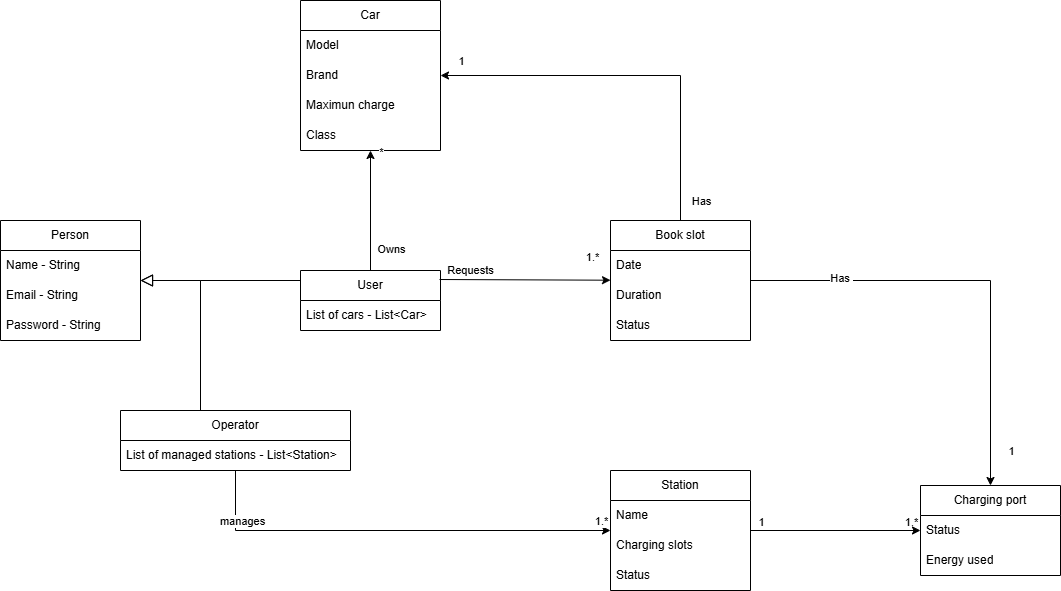
Earlier version of the draw.io export docs/Diagrams/Data Structure.png (ChargerControl/ChargerControl). Source tidied: cells renumbered, new cells last; positions are measured from the earlier drawing's top-left corner, leaving out a move shared by most shapes.
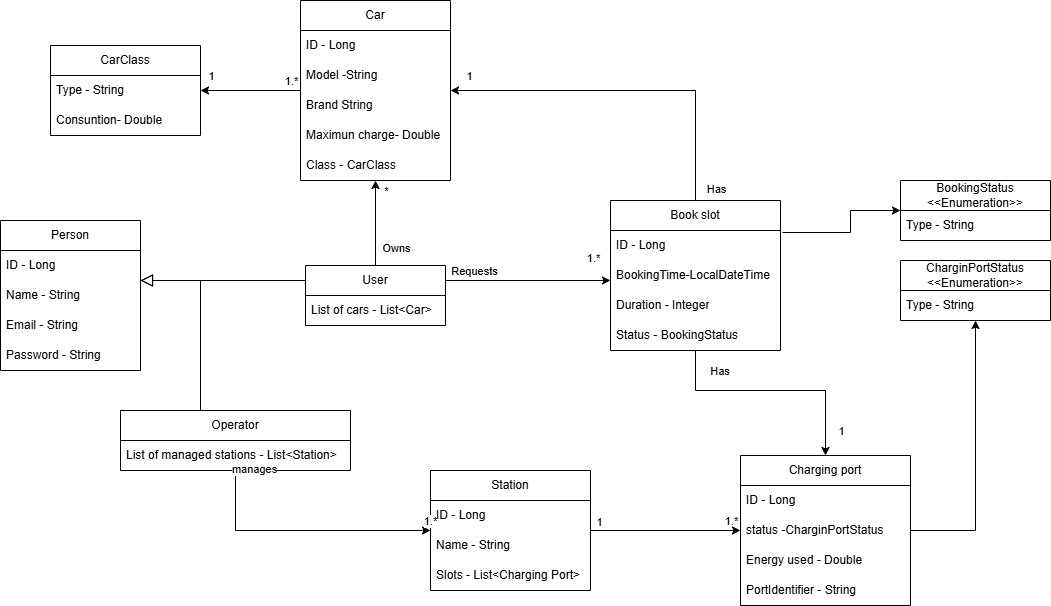
Later version of the same file.

Change to the diagram source:
```diff
@@ -3,46 +3,52 @@
     <mxCell id="0" />
     <mxCell id="1" parent="0" />
     <mxCell id="2" value="Person" style="swimlane;fontStyle=0;horizontal=1;startSize=30;whiteSpace=wrap;html=1;" parent="1" vertex="1">
-      <mxGeometry y="220" width="140" height="120" as="geometry" />
+      <mxGeometry y="220" width="140" height="150" as="geometry" />
     </mxCell>
+    <mxCell id="46" value="ID - Long" style="text;strokeColor=none;fillColor=none;align=left;verticalAlign=middle;spacingLeft=4;spacingRight=4;overflow=hidden;whiteSpace=wrap;html=1;" parent="2" vertex="1">
+      <mxGeometry y="30" width="140" height="30" as="geometry" />
+    </mxCell>
     <mxCell id="3" value="Name - String&amp;nbsp;" style="text;strokeColor=none;fillColor=none;align=left;verticalAlign=middle;spacingLeft=4;spacingRight=4;overflow=hidden;whiteSpace=wrap;html=1;" parent="2" vertex="1">
-      <mxGeometry y="30" width="140" height="30" as="geometry" />
+      <mxGeometry y="60" width="140" height="30" as="geometry" />
     </mxCell>
     <mxCell id="4" value="Email - String" style="text;strokeColor=none;fillColor=none;align=left;verticalAlign=middle;spacingLeft=4;spacingRight=4;overflow=hidden;whiteSpace=wrap;html=1;" parent="2" vertex="1">
-      <mxGeometry y="60" width="140" height="30" as="geometry" />
+      <mxGeometry y="90" width="140" height="30" as="geometry" />
     </mxCell>
     <mxCell id="5" value="Password - String" style="text;strokeColor=none;fillColor=none;align=left;verticalAlign=middle;spacingLeft=4;spacingRight=4;overflow=hidden;whiteSpace=wrap;html=1;" parent="2" vertex="1">
-      <mxGeometry y="90" width="140" height="30" as="geometry" />
+      <mxGeometry y="120" width="140" height="30" as="geometry" />
     </mxCell>
     <mxCell id="6" value="Car" style="swimlane;fontStyle=0;horizontal=1;startSize=30;whiteSpace=wrap;html=1;" parent="1" vertex="1">
-      <mxGeometry x="300" width="140" height="150" as="geometry" />
+      <mxGeometry x="300" width="150" height="180" as="geometry" />
     </mxCell>
+    <mxCell id="47" value="ID - Long" style="text;strokeColor=none;fillColor=none;align=left;verticalAlign=middle;spacingLeft=4;spacingRight=4;overflow=hidden;whiteSpace=wrap;html=1;" parent="6" vertex="1">
+      <mxGeometry y="30" width="150" height="30" as="geometry" />
+    </mxCell>
-    <mxCell id="7" value="Model" style="text;strokeColor=none;fillColor=none;align=left;verticalAlign=middle;spacingLeft=4;spacingRight=4;overflow=hidden;whiteSpace=wrap;html=1;" parent="6" vertex="1">
-      <mxGeometry y="30" width="140" height="30" as="geometry" />
+    <mxCell id="7" value="Model -String" style="text;strokeColor=none;fillColor=none;align=left;verticalAlign=middle;spacingLeft=4;spacingRight=4;overflow=hidden;whiteSpace=wrap;html=1;" parent="6" vertex="1">
+      <mxGeometry y="60" width="150" height="30" as="geometry" />
     </mxCell>
-    <mxCell id="8" value="Brand" style="text;strokeColor=none;fillColor=none;align=left;verticalAlign=middle;spacingLeft=4;spacingRight=4;overflow=hidden;whiteSpace=wrap;html=1;" parent="6" vertex="1">
-      <mxGeometry y="60" width="140" height="30" as="geometry" />
+    <mxCell id="8" value="Brand String" style="text;strokeColor=none;fillColor=none;align=left;verticalAlign=middle;spacingLeft=4;spacingRight=4;overflow=hidden;whiteSpace=wrap;html=1;" parent="6" vertex="1">
+      <mxGeometry y="90" width="150" height="30" as="geometry" />
     </mxCell>
-    <mxCell id="9" value="Maximun charge" style="text;strokeColor=none;fillColor=none;align=left;verticalAlign=middle;spacingLeft=4;spacingRight=4;overflow=hidden;whiteSpace=wrap;html=1;" parent="6" vertex="1">
-      <mxGeometry y="90" width="140" height="30" as="geometry" />
+    <mxCell id="9" value="Maximun charge- Double" style="text;strokeColor=none;fillColor=none;align=left;verticalAlign=middle;spacingLeft=4;spacingRight=4;overflow=hidden;whiteSpace=wrap;html=1;" parent="6" vertex="1">
+      <mxGeometry y="120" width="150" height="30" as="geometry" />
     </mxCell>
-    <mxCell id="10" value="Class" style="text;strokeColor=none;fillColor=none;align=left;verticalAlign=middle;spacingLeft=4;spacingRight=4;overflow=hidden;whiteSpace=wrap;html=1;" parent="6" vertex="1">
-      <mxGeometry y="120" width="140" height="30" as="geometry" />
+    <mxCell id="10" value="Class - CarClass" style="text;strokeColor=none;fillColor=none;align=left;verticalAlign=middle;spacingLeft=4;spacingRight=4;overflow=hidden;whiteSpace=wrap;html=1;" parent="6" vertex="1">
+      <mxGeometry y="150" width="150" height="30" as="geometry" />
     </mxCell>
     <mxCell id="11" value="Station" style="swimlane;fontStyle=0;horizontal=1;startSize=30;whiteSpace=wrap;html=1;" parent="1" vertex="1">
-      <mxGeometry x="610" y="470" width="140" height="120" as="geometry" />
+      <mxGeometry x="430" y="470" width="160" height="120" as="geometry" />
     </mxCell>
+    <mxCell id="48" value="ID - Long" style="text;strokeColor=none;fillColor=none;align=left;verticalAlign=middle;spacingLeft=4;spacingRight=4;overflow=hidden;whiteSpace=wrap;html=1;" parent="11" vertex="1">
+      <mxGeometry y="30" width="160" height="30" as="geometry" />
+    </mxCell>
-    <mxCell id="12" value="Name" style="text;strokeColor=none;fillColor=none;align=left;verticalAlign=middle;spacingLeft=4;spacingRight=4;overflow=hidden;whiteSpace=wrap;html=1;" parent="11" vertex="1">
-      <mxGeometry y="30" width="140" height="30" as="geometry" />
+    <mxCell id="12" value="Name - String" style="text;strokeColor=none;fillColor=none;align=left;verticalAlign=middle;spacingLeft=4;spacingRight=4;overflow=hidden;whiteSpace=wrap;html=1;" parent="11" vertex="1">
+      <mxGeometry y="60" width="160" height="30" as="geometry" />
     </mxCell>
-    <mxCell id="13" value="Charging slots" style="text;strokeColor=none;fillColor=none;align=left;verticalAlign=middle;spacingLeft=4;spacingRight=4;overflow=hidden;whiteSpace=wrap;html=1;" parent="11" vertex="1">
-      <mxGeometry y="60" width="140" height="30" as="geometry" />
+    <mxCell id="13" value="Slots - List&amp;lt;Charging Port&amp;gt;" style="text;strokeColor=none;fillColor=none;align=left;verticalAlign=middle;spacingLeft=4;spacingRight=4;overflow=hidden;whiteSpace=wrap;html=1;" parent="11" vertex="1">
+      <mxGeometry y="90" width="160" height="30" as="geometry" />
     </mxCell>
-    <mxCell id="14" value="Status" style="text;strokeColor=none;fillColor=none;align=left;verticalAlign=middle;spacingLeft=4;spacingRight=4;overflow=hidden;whiteSpace=wrap;html=1;" parent="11" vertex="1">
-      <mxGeometry y="90" width="140" height="30" as="geometry" />
-    </mxCell>
     <mxCell id="15" value="User" style="swimlane;fontStyle=0;horizontal=1;startSize=30;whiteSpace=wrap;html=1;" parent="1" vertex="1">
-      <mxGeometry x="300" y="270" width="140" height="60" as="geometry" />
+      <mxGeometry x="305" y="265" width="140" height="60" as="geometry" />
     </mxCell>
     <mxCell id="16" value="List of cars - List&amp;lt;Car&amp;gt;" style="text;strokeColor=none;fillColor=none;align=left;verticalAlign=middle;spacingLeft=4;spacingRight=4;overflow=hidden;whiteSpace=wrap;html=1;" parent="15" vertex="1">
       <mxGeometry y="30" width="140" height="30" as="geometry" />
@@ -68,16 +74,19 @@
       </mxGeometry>
     </mxCell>
     <mxCell id="21" value="Book slot" style="swimlane;fontStyle=0;horizontal=1;startSize=30;whiteSpace=wrap;html=1;" parent="1" vertex="1">
-      <mxGeometry x="610" y="220" width="140" height="120" as="geometry" />
+      <mxGeometry x="610" y="200" width="170" height="150" as="geometry" />
     </mxCell>
+    <mxCell id="49" value="ID - Long" style="text;strokeColor=none;fillColor=none;align=left;verticalAlign=middle;spacingLeft=4;spacingRight=4;overflow=hidden;points=[[0,0.5],[1,0.5]];portConstraint=eastwest;whiteSpace=wrap;html=1;" parent="21" vertex="1">
+      <mxGeometry y="30" width="170" height="30" as="geometry" />
+    </mxCell>
-    <mxCell id="22" value="Date" style="text;strokeColor=none;fillColor=none;align=left;verticalAlign=middle;spacingLeft=4;spacingRight=4;overflow=hidden;whiteSpace=wrap;html=1;" parent="21" vertex="1">
-      <mxGeometry y="30" width="140" height="30" as="geometry" />
+    <mxCell id="22" value="BookingTime-LocalDateTime" style="text;strokeColor=none;fillColor=none;align=left;verticalAlign=middle;spacingLeft=4;spacingRight=4;overflow=hidden;whiteSpace=wrap;html=1;" parent="21" vertex="1">
+      <mxGeometry y="60" width="170" height="30" as="geometry" />
     </mxCell>
-    <mxCell id="23" value="Duration" style="text;strokeColor=none;fillColor=none;align=left;verticalAlign=middle;spacingLeft=4;spacingRight=4;overflow=hidden;whiteSpace=wrap;html=1;" parent="21" vertex="1">
-      <mxGeometry y="60" width="140" height="30" as="geometry" />
+    <mxCell id="23" value="Duration - Integer" style="text;strokeColor=none;fillColor=none;align=left;verticalAlign=middle;spacingLeft=4;spacingRight=4;overflow=hidden;whiteSpace=wrap;html=1;" parent="21" vertex="1">
+      <mxGeometry y="90" width="170" height="30" as="geometry" />
     </mxCell>
-    <mxCell id="24" value="Status" style="text;strokeColor=none;fillColor=none;align=left;verticalAlign=middle;spacingLeft=4;spacingRight=4;overflow=hidden;whiteSpace=wrap;html=1;" parent="21" vertex="1">
-      <mxGeometry y="90" width="140" height="30" as="geometry" />
+    <mxCell id="24" value="Status - BookingStatus" style="text;strokeColor=none;fillColor=none;align=left;verticalAlign=middle;spacingLeft=4;spacingRight=4;overflow=hidden;whiteSpace=wrap;html=1;" parent="21" vertex="1">
+      <mxGeometry y="120" width="170" height="30" as="geometry" />
     </mxCell>
     <mxCell id="25" style="endArrow=classic;html=1;rounded=0;" parent="1" edge="1" source="15" target="6">
       <mxGeometry relative="1" as="geometry" />
@@ -89,11 +98,13 @@
     </mxCell>
     <mxCell id="27" value="*" style="edgeLabel;html=1;align=center;verticalAlign=middle;" parent="25" vertex="1">
       <mxGeometry x="0.78" y="3" relative="1" as="geometry">
-        <mxPoint x="13" y="-12" as="offset" />
+        <mxPoint x="13" as="offset" />
       </mxGeometry>
     </mxCell>
-    <mxCell id="28" style="endArrow=classic;html=1;rounded=0;exitX=0.993;exitY=0.15;exitDx=0;exitDy=0;exitPerimeter=0;" parent="1" edge="1" source="15" target="21">
-      <mxGeometry relative="1" as="geometry" />
+    <mxCell id="28" style="endArrow=classic;html=1;rounded=0;exitX=1;exitY=0.25;exitDx=0;exitDy=0;" parent="1" edge="1" source="15">
+      <mxGeometry relative="1" as="geometry">
+        <mxPoint x="610" y="280" as="targetPoint" />
+      </mxGeometry>
     </mxCell>
     <mxCell id="29" value="Requests" style="edgeLabel;html=1;align=center;verticalAlign=middle;" parent="28" vertex="1">
       <mxGeometry x="-0.56" y="2" relative="1" as="geometry">
@@ -108,7 +119,7 @@
     <mxCell id="31" style="endArrow=classic;html=1;rounded=0;" parent="1" edge="1" source="21" target="6">
       <mxGeometry relative="1" as="geometry">
         <Array as="points">
-          <mxPoint x="680" y="75" />
+          <mxPoint x="695" y="90" />
         </Array>
       </mxGeometry>
     </mxCell>
@@ -125,13 +136,14 @@
     <mxCell id="34" style="endArrow=classic;html=1;rounded=0;" parent="1" edge="1" source="21" target="39">
       <mxGeometry relative="1" as="geometry">
         <Array as="points">
-          <mxPoint x="990" y="280" />
+          <mxPoint x="695" y="390" />
+          <mxPoint x="825" y="390" />
         </Array>
       </mxGeometry>
     </mxCell>
     <mxCell id="35" value="Has&amp;nbsp;" style="edgeLabel;html=1;align=center;verticalAlign=middle;" parent="34" vertex="1">
       <mxGeometry x="-0.67" y="3" relative="1" as="geometry">
-        <mxPoint x="17" as="offset" />
+        <mxPoint x="22" y="-18" as="offset" />
       </mxGeometry>
     </mxCell>
     <mxCell id="36" style="endArrow=classic;html=1;rounded=0;" parent="1" edge="1" source="17" target="11">
@@ -143,7 +155,7 @@
     </mxCell>
     <mxCell id="37" value="manages" style="edgeLabel;html=1;align=center;verticalAlign=middle;" parent="36" vertex="1">
       <mxGeometry x="-0.69" y="-1" relative="1" as="geometry">
-        <mxPoint y="-11" as="offset" />
+        <mxPoint x="19" y="-41" as="offset" />
       </mxGeometry>
     </mxCell>
     <mxCell id="38" value="1.*" style="edgeLabel;html=1;align=center;verticalAlign=middle;" parent="36" vertex="1">
@@ -152,19 +164,25 @@
       </mxGeometry>
     </mxCell>
     <mxCell id="39" value="Charging port" style="swimlane;fontStyle=0;horizontal=1;startSize=30;whiteSpace=wrap;html=1;" parent="1" vertex="1">
-      <mxGeometry x="920" y="485" width="140" height="90" as="geometry" />
+      <mxGeometry x="740" y="455" width="170" height="150" as="geometry" />
     </mxCell>
+    <mxCell id="50" value="ID - Long" style="text;strokeColor=none;fillColor=none;align=left;verticalAlign=middle;spacingLeft=4;spacingRight=4;overflow=hidden;whiteSpace=wrap;html=1;" parent="39" vertex="1">
+      <mxGeometry y="30" width="170" height="30" as="geometry" />
+    </mxCell>
-    <mxCell id="40" value="Status" style="text;strokeColor=none;fillColor=none;align=left;verticalAlign=middle;spacingLeft=4;spacingRight=4;overflow=hidden;whiteSpace=wrap;html=1;" parent="39" vertex="1">
-      <mxGeometry y="30" width="140" height="30" as="geometry" />
+    <mxCell id="40" value="status -CharginPortStatus" style="text;strokeColor=none;fillColor=none;align=left;verticalAlign=middle;spacingLeft=4;spacingRight=4;overflow=hidden;whiteSpace=wrap;html=1;" parent="39" vertex="1">
+      <mxGeometry y="60" width="170" height="30" as="geometry" />
     </mxCell>
+    <mxCell id="51" value="Energy used - Double" style="text;strokeColor=none;fillColor=none;align=left;verticalAlign=middle;spacingLeft=4;spacingRight=4;overflow=hidden;whiteSpace=wrap;html=1;" parent="39" vertex="1">
+      <mxGeometry y="90" width="170" height="30" as="geometry" />
+    </mxCell>
-    <mxCell id="41" value="Energy used" style="text;strokeColor=none;fillColor=none;align=left;verticalAlign=middle;spacingLeft=4;spacingRight=4;overflow=hidden;whiteSpace=wrap;html=1;" parent="39" vertex="1">
-      <mxGeometry y="60" width="140" height="30" as="geometry" />
+    <mxCell id="41" value="PortIdentifier - String" style="text;strokeColor=none;fillColor=none;align=left;verticalAlign=middle;spacingLeft=4;spacingRight=4;overflow=hidden;whiteSpace=wrap;html=1;" parent="39" vertex="1">
+      <mxGeometry y="120" width="170" height="30" as="geometry" />
     </mxCell>
     <mxCell id="42" value="1" style="edgeLabel;html=1;align=center;verticalAlign=middle;" parent="1" vertex="1">
-      <mxGeometry x="1010" y="450" as="geometry" />
+      <mxGeometry x="840" y="430" as="geometry" />
     </mxCell>
     <mxCell id="43" value="1.*" style="edgeLabel;html=1;align=center;verticalAlign=middle;" parent="1" vertex="1">
-      <mxGeometry x="910" y="521" as="geometry" />
+      <mxGeometry x="730" y="520" as="geometry" />
     </mxCell>
     <mxCell id="44" style="endArrow=classic;html=1;rounded=0;" parent="1" edge="1" source="11" target="39">
       <mxGeometry relative="1" as="geometry" />
@@ -174,5 +192,54 @@
         <mxPoint x="-10" y="-8" as="offset" />
       </mxGeometry>
     </mxCell>
+    <mxCell id="52" value="CarClass" style="swimlane;fontStyle=0;horizontal=1;startSize=30;whiteSpace=wrap;html=1;" parent="1" vertex="1">
+      <mxGeometry x="50" y="45" width="150" height="90" as="geometry" />
+    </mxCell>
+    <mxCell id="53" value="Type - String" style="text;strokeColor=none;fillColor=none;align=left;verticalAlign=middle;spacingLeft=4;spacingRight=4;overflow=hidden;whiteSpace=wrap;html=1;" parent="52" vertex="1">
+      <mxGeometry y="30" width="150" height="30" as="geometry" />
+    </mxCell>
+    <mxCell id="54" value="Consuntion- Double" style="text;strokeColor=none;fillColor=none;align=left;verticalAlign=middle;spacingLeft=4;spacingRight=4;overflow=hidden;whiteSpace=wrap;html=1;" parent="52" vertex="1">
+      <mxGeometry y="60" width="150" height="30" as="geometry" />
+    </mxCell>
+    <mxCell id="55" style="endArrow=classic;html=1;rounded=0;" parent="1" edge="1" source="6" target="52">
+      <mxGeometry relative="1" as="geometry" />
+    </mxCell>
+    <mxCell id="56" value="1" style="edgeLabel;html=1;align=center;verticalAlign=middle;" parent="55" vertex="1">
+      <mxGeometry y="5" relative="1" as="geometry">
+        <mxPoint x="-40" y="-20" as="offset" />
+      </mxGeometry>
+    </mxCell>
+    <mxCell id="57" value="1.*" style="edgeLabel;html=1;align=center;verticalAlign=middle;" parent="55" vertex="1">
+      <mxGeometry x="-0.7" y="1" relative="1" as="geometry">
+        <mxPoint x="5" y="-11" as="offset" />
+      </mxGeometry>
+    </mxCell>
+    <mxCell id="58" value="CharginPortStatus&lt;div&gt;&amp;lt;&amp;lt;Enumeration&amp;gt;&amp;gt;&lt;/div&gt;" style="swimlane;fontStyle=0;horizontal=1;startSize=30;whiteSpace=wrap;html=1;" parent="1" vertex="1">
+      <mxGeometry x="900" y="260" width="150" height="60" as="geometry" />
+    </mxCell>
+    <mxCell id="59" value="Type - String" style="text;strokeColor=none;fillColor=none;align=left;verticalAlign=middle;spacingLeft=4;spacingRight=4;overflow=hidden;whiteSpace=wrap;html=1;" parent="58" vertex="1">
+      <mxGeometry y="30" width="150" height="30" as="geometry" />
+    </mxCell>
+    <mxCell id="60" style="endArrow=classic;html=1;rounded=0;" parent="1" edge="1" source="39" target="58">
+      <mxGeometry relative="1" as="geometry">
+        <Array as="points">
+          <mxPoint x="975" y="530" />
+        </Array>
+      </mxGeometry>
+    </mxCell>
+    <mxCell id="61" value="BookingStatus&lt;div&gt;&amp;lt;&amp;lt;Enumeration&amp;gt;&amp;gt;&lt;/div&gt;" style="swimlane;fontStyle=0;horizontal=1;startSize=30;whiteSpace=wrap;html=1;" parent="1" vertex="1">
+      <mxGeometry x="900" y="180" width="150" height="60" as="geometry" />
+    </mxCell>
+    <mxCell id="62" value="Type - String" style="text;strokeColor=none;fillColor=none;align=left;verticalAlign=middle;spacingLeft=4;spacingRight=4;overflow=hidden;whiteSpace=wrap;html=1;" parent="61" vertex="1">
+      <mxGeometry y="30" width="150" height="30" as="geometry" />
+    </mxCell>
+    <mxCell id="63" style="endArrow=classic;html=1;rounded=0;exitX=1.012;exitY=0.067;exitDx=0;exitDy=0;exitPerimeter=0;" parent="1" edge="1" source="49" target="61">
+      <mxGeometry relative="1" as="geometry">
+        <Array as="points">
+          <mxPoint x="850" y="232" />
+          <mxPoint x="850" y="210" />
+        </Array>
+      </mxGeometry>
+    </mxCell>
   </root>
 </mxGraphModel>
```
